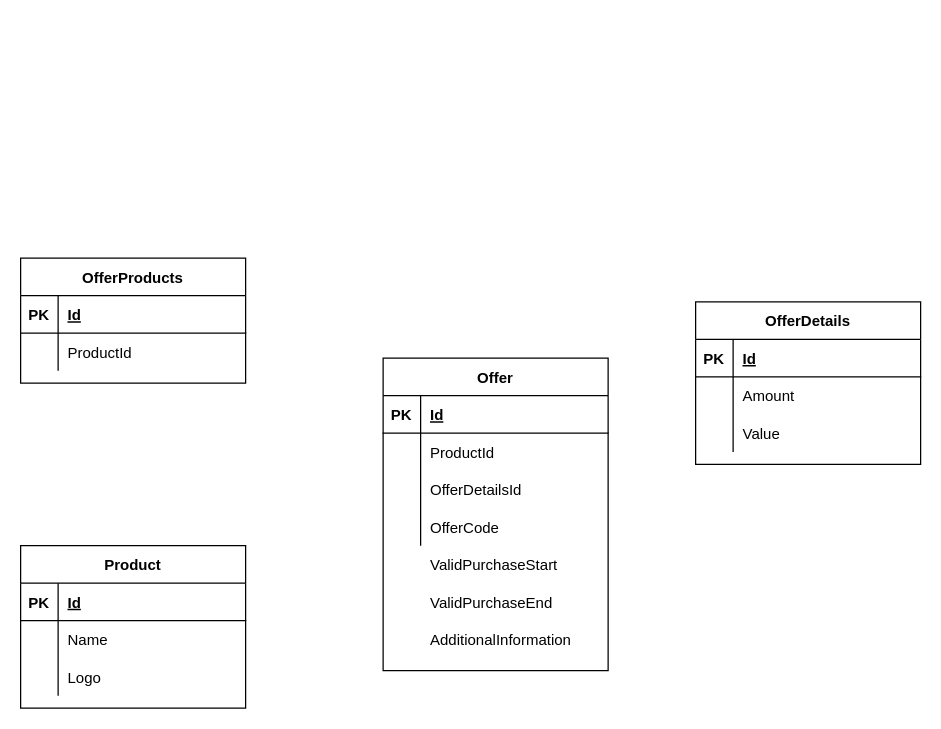
Before: Documentation/Wireframes/EditableDocuments/database-design.drawio in hbux/ElancoRebatesProject, a draw.io diagram. Source tidied: cells renumbered, new cells numbered last; positions are measured from the earlier drawing's top-left corner, leaving out a move shared by most shapes. Both pictures are drawn from the tidied source at 125%, with x=0, y=0 at pixel (20, 258).
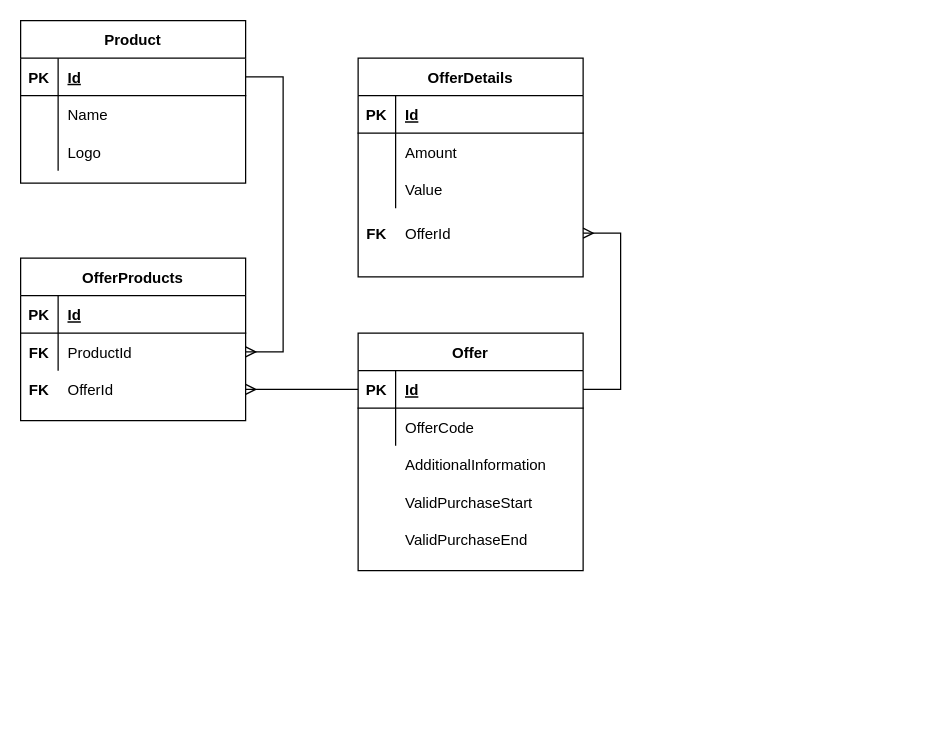
Above is the later version.

The change refers to these unchanged cells:
```xml
<mxCell id="6" style="shape=tableRow;horizontal=0;startSize=0;swimlaneHead=0;swimlaneBody=0;fillColor=none;points=[[0,0.5],[1,0.5]];portConstraint=eastwest;top=0;left=0;right=0;bottom=0;" parent="2" vertex="1">
  <mxGeometry y="60" width="180" height="30" as="geometry" />
</mxCell>
<mxCell id="10" style="shape=tableRow;horizontal=0;startSize=0;swimlaneHead=0;swimlaneBody=0;fillColor=none;points=[[0,0.5],[1,0.5]];portConstraint=eastwest;top=0;left=0;right=0;bottom=1;" parent="9" vertex="1">
  <mxGeometry y="30" width="180" height="30" as="geometry" />
</mxCell>
<mxCell id="42" style="shape=tableRow;horizontal=0;startSize=0;swimlaneHead=0;swimlaneBody=0;fillColor=none;points=[[0,0.5],[1,0.5]];portConstraint=eastwest;top=0;left=0;right=0;bottom=1;" parent="41" vertex="1">
  <mxGeometry y="30" width="180" height="30" as="geometry" />
</mxCell>
```

Change to the diagram source:
```diff
@@
     <mxCell id="2" value="OfferProducts" style="shape=table;startSize=30;childLayout=tableLayout;rowLines=0;fontStyle=1;align=center;" parent="1" vertex="1">
-      <mxGeometry width="180" height="100" as="geometry" />
+      <mxGeometry width="180" height="130" as="geometry" />
     </mxCell>
@@
     <mxCell id="9" value="Offer" style="shape=table;startSize=30;childLayout=tableLayout;rowLines=0;fontStyle=1;align=center;" parent="1" vertex="1">
-      <mxGeometry x="290" y="80" width="180" height="250" as="geometry" />
+      <mxGeometry x="270" y="60" width="180" height="190" as="geometry" />
     </mxCell>
@@
-    <mxCell id="13" style="shape=tableRow;horizontal=0;startSize=0;swimlaneHead=0;swimlaneBody=0;fillColor=none;top=0;left=0;right=0;bottom=0;" parent="9" vertex="1">
-      <mxGeometry y="60" width="180" height="30" as="geometry" />
-    </mxCell>
-    <mxCell id="14" style="shape=partialRectangle;fillColor=none;top=0;left=0;bottom=0;right=0;overflow=hidden;" parent="13" vertex="1">
-      <mxGeometry width="30" height="30" as="geometry" />
-    </mxCell>
-    <mxCell id="15" value="ProductId" style="shape=partialRectangle;fillColor=none;top=0;left=0;bottom=0;right=0;align=left;spacingLeft=6;overflow=hidden;" parent="13" vertex="1">
-      <mxGeometry x="30" width="150" height="30" as="geometry" />
-    </mxCell>
-    <mxCell id="16" style="shape=tableRow;horizontal=0;startSize=0;swimlaneHead=0;swimlaneBody=0;fillColor=none;top=0;left=0;right=0;bottom=0;" parent="9" vertex="1">
-      <mxGeometry y="90" width="180" height="30" as="geometry" />
-    </mxCell>
-    <mxCell id="17" style="shape=partialRectangle;fillColor=none;top=0;left=0;bottom=0;right=0;overflow=hidden;" parent="16" vertex="1">
-      <mxGeometry width="30" height="30" as="geometry" />
-    </mxCell>
-    <mxCell id="18" value="OfferDetailsId" style="shape=partialRectangle;fillColor=none;top=0;left=0;bottom=0;right=0;align=left;spacingLeft=6;overflow=hidden;" parent="16" vertex="1">
-      <mxGeometry x="30" width="150" height="30" as="geometry" />
-    </mxCell>
     <mxCell id="19" style="shape=tableRow;horizontal=0;startSize=0;swimlaneHead=0;swimlaneBody=0;fillColor=none;top=0;left=0;right=0;bottom=0;" parent="9" vertex="1">
-      <mxGeometry y="120" width="180" height="30" as="geometry" />
+      <mxGeometry y="60" width="180" height="30" as="geometry" />
     </mxCell>
@@
     <mxCell id="22" value="OfferDetails" style="shape=table;startSize=30;childLayout=tableLayout;rowLines=0;fontStyle=1;align=center;" parent="1" vertex="1">
-      <mxGeometry x="540" y="35" width="180" height="130" as="geometry" />
+      <mxGeometry x="270" y="-160" width="180" height="175" as="geometry" />
     </mxCell>
@@
     <mxCell id="32" style="shape=tableRow;horizontal=0;startSize=0;swimlaneHead=0;swimlaneBody=0;fillColor=none;top=0;left=0;right=0;bottom=0;" parent="1" vertex="1">
-      <mxGeometry x="290" y="230" width="180" height="30" as="geometry" />
+      <mxGeometry x="270" y="210" width="180" height="30" as="geometry" />
     </mxCell>
@@
-    <mxCell id="34" value="ValidPurchaseStart" style="shape=partialRectangle;fillColor=none;top=0;left=0;bottom=0;right=0;align=left;spacingLeft=6;overflow=hidden;" parent="32" vertex="1">
-      <mxGeometry x="30" width="150" height="30" as="geometry" />
-    </mxCell>
     <mxCell id="35" style="shape=tableRow;horizontal=0;startSize=0;swimlaneHead=0;swimlaneBody=0;fillColor=none;top=0;left=0;right=0;bottom=0;" parent="1" vertex="1">
-      <mxGeometry x="290" y="260" width="180" height="30" as="geometry" />
+      <mxGeometry x="270" y="240" width="180" height="30" as="geometry" />
     </mxCell>
@@
-    <mxCell id="37" value="ValidPurchaseEnd" style="shape=partialRectangle;fillColor=none;top=0;left=0;bottom=0;right=0;align=left;spacingLeft=6;overflow=hidden;" parent="35" vertex="1">
-      <mxGeometry x="30" width="150" height="30" as="geometry" />
-    </mxCell>
     <mxCell id="38" style="shape=tableRow;horizontal=0;startSize=0;swimlaneHead=0;swimlaneBody=0;fillColor=none;top=0;left=0;right=0;bottom=0;" parent="1" vertex="1">
-      <mxGeometry x="290" y="290" width="180" height="30" as="geometry" />
+      <mxGeometry x="270" y="180" width="180" height="30" as="geometry" />
     </mxCell>
@@
-    <mxCell id="40" value="AdditionalInformation" style="shape=partialRectangle;fillColor=none;top=0;left=0;bottom=0;right=0;align=left;spacingLeft=6;overflow=hidden;" parent="38" vertex="1">
-      <mxGeometry x="30" width="150" height="30" as="geometry" />
-    </mxCell>
     <mxCell id="41" value="Product" style="shape=table;startSize=30;childLayout=tableLayout;rowLines=0;fontStyle=1;align=center;" parent="1" vertex="1">
-      <mxGeometry y="230" width="180" height="130" as="geometry" />
+      <mxGeometry y="-190" width="180" height="130" as="geometry" />
     </mxCell>
@@
+    <mxCell id="51" style="shape=tableRow;horizontal=0;startSize=0;swimlaneHead=0;swimlaneBody=0;fillColor=none;points=[[0,0.5],[1,0.5]];portConstraint=eastwest;top=0;left=0;right=0;bottom=0;" parent="1" vertex="1">
+      <mxGeometry y="90" width="180" height="30" as="geometry" />
+    </mxCell>
+    <mxCell id="52" style="shape=partialRectangle;fillColor=none;top=0;left=0;bottom=0;right=0;overflow=hidden;" parent="51" vertex="1">
+      <mxGeometry width="30" height="30" as="geometry" />
+    </mxCell>
+    <mxCell id="53" value="OfferId" style="shape=partialRectangle;fillColor=none;top=0;left=0;bottom=0;right=0;align=left;spacingLeft=6;overflow=hidden;" parent="51" vertex="1">
+      <mxGeometry x="30" width="150" height="30" as="geometry" />
+    </mxCell>
+    <mxCell id="54" style="edgeStyle=entityRelationEdgeStyle;fontSize=12;html=1;endArrow=ERmany;rounded=0;" parent="1" edge="1" source="10" target="51">
+      <mxGeometry relative="1" as="geometry" />
+    </mxCell>
+    <mxCell id="55" style="edgeStyle=entityRelationEdgeStyle;fontSize=12;html=1;endArrow=ERmany;rounded=0;" parent="1" edge="1" source="42" target="6">
+      <mxGeometry relative="1" as="geometry" />
+    </mxCell>
+    <mxCell id="56" style="shape=tableRow;horizontal=0;startSize=0;swimlaneHead=0;swimlaneBody=0;fillColor=none;points=[[0,0.5],[1,0.5]];portConstraint=eastwest;top=0;left=0;right=0;bottom=0;" parent="1" vertex="1">
+      <mxGeometry x="270" y="-35" width="180" height="30" as="geometry" />
+    </mxCell>
+    <mxCell id="57" style="shape=partialRectangle;fillColor=none;top=0;left=0;bottom=0;right=0;overflow=hidden;" parent="56" vertex="1">
+      <mxGeometry width="30" height="30" as="geometry" />
+    </mxCell>
+    <mxCell id="58" value="OfferId" style="shape=partialRectangle;fillColor=none;top=0;left=0;bottom=0;right=0;align=left;spacingLeft=6;overflow=hidden;" parent="56" vertex="1">
+      <mxGeometry x="30" width="150" height="30" as="geometry" />
+    </mxCell>
+    <mxCell id="59" style="edgeStyle=entityRelationEdgeStyle;fontSize=12;html=1;endArrow=ERmany;rounded=0;" parent="1" edge="1" source="10" target="56">
+      <mxGeometry relative="1" as="geometry" />
+    </mxCell>
+    <mxCell id="60" value="FK" style="shape=partialRectangle;fillColor=none;top=0;left=0;bottom=0;right=0;fontStyle=1;overflow=hidden;" parent="1" vertex="1">
+      <mxGeometry x="270" y="-35" width="30" height="30" as="geometry" />
+    </mxCell>
+    <mxCell id="40" value="AdditionalInformation" style="shape=partialRectangle;fillColor=none;top=0;left=0;bottom=0;right=0;align=left;spacingLeft=6;overflow=hidden;" parent="1" vertex="1">
+      <mxGeometry x="300" y="150" width="150" height="30" as="geometry" />
+    </mxCell>
+    <mxCell id="34" value="ValidPurchaseStart" style="shape=partialRectangle;fillColor=none;top=0;left=0;bottom=0;right=0;align=left;spacingLeft=6;overflow=hidden;" parent="1" vertex="1">
+      <mxGeometry x="300" y="180" width="150" height="30" as="geometry" />
+    </mxCell>
+    <mxCell id="37" value="ValidPurchaseEnd" style="shape=partialRectangle;fillColor=none;top=0;left=0;bottom=0;right=0;align=left;spacingLeft=6;overflow=hidden;" parent="1" vertex="1">
+      <mxGeometry x="300" y="210" width="150" height="30" as="geometry" />
+    </mxCell>
+    <mxCell id="61" value="FK" style="shape=partialRectangle;fillColor=none;top=0;left=0;bottom=0;right=0;fontStyle=1;overflow=hidden;" parent="1" vertex="1">
+      <mxGeometry y="90" width="30" height="30" as="geometry" />
+    </mxCell>
+    <mxCell id="62" value="FK" style="shape=partialRectangle;fillColor=none;top=0;left=0;bottom=0;right=0;fontStyle=1;overflow=hidden;" parent="1" vertex="1">
+      <mxGeometry y="60" width="30" height="30" as="geometry" />
+    </mxCell>
```
